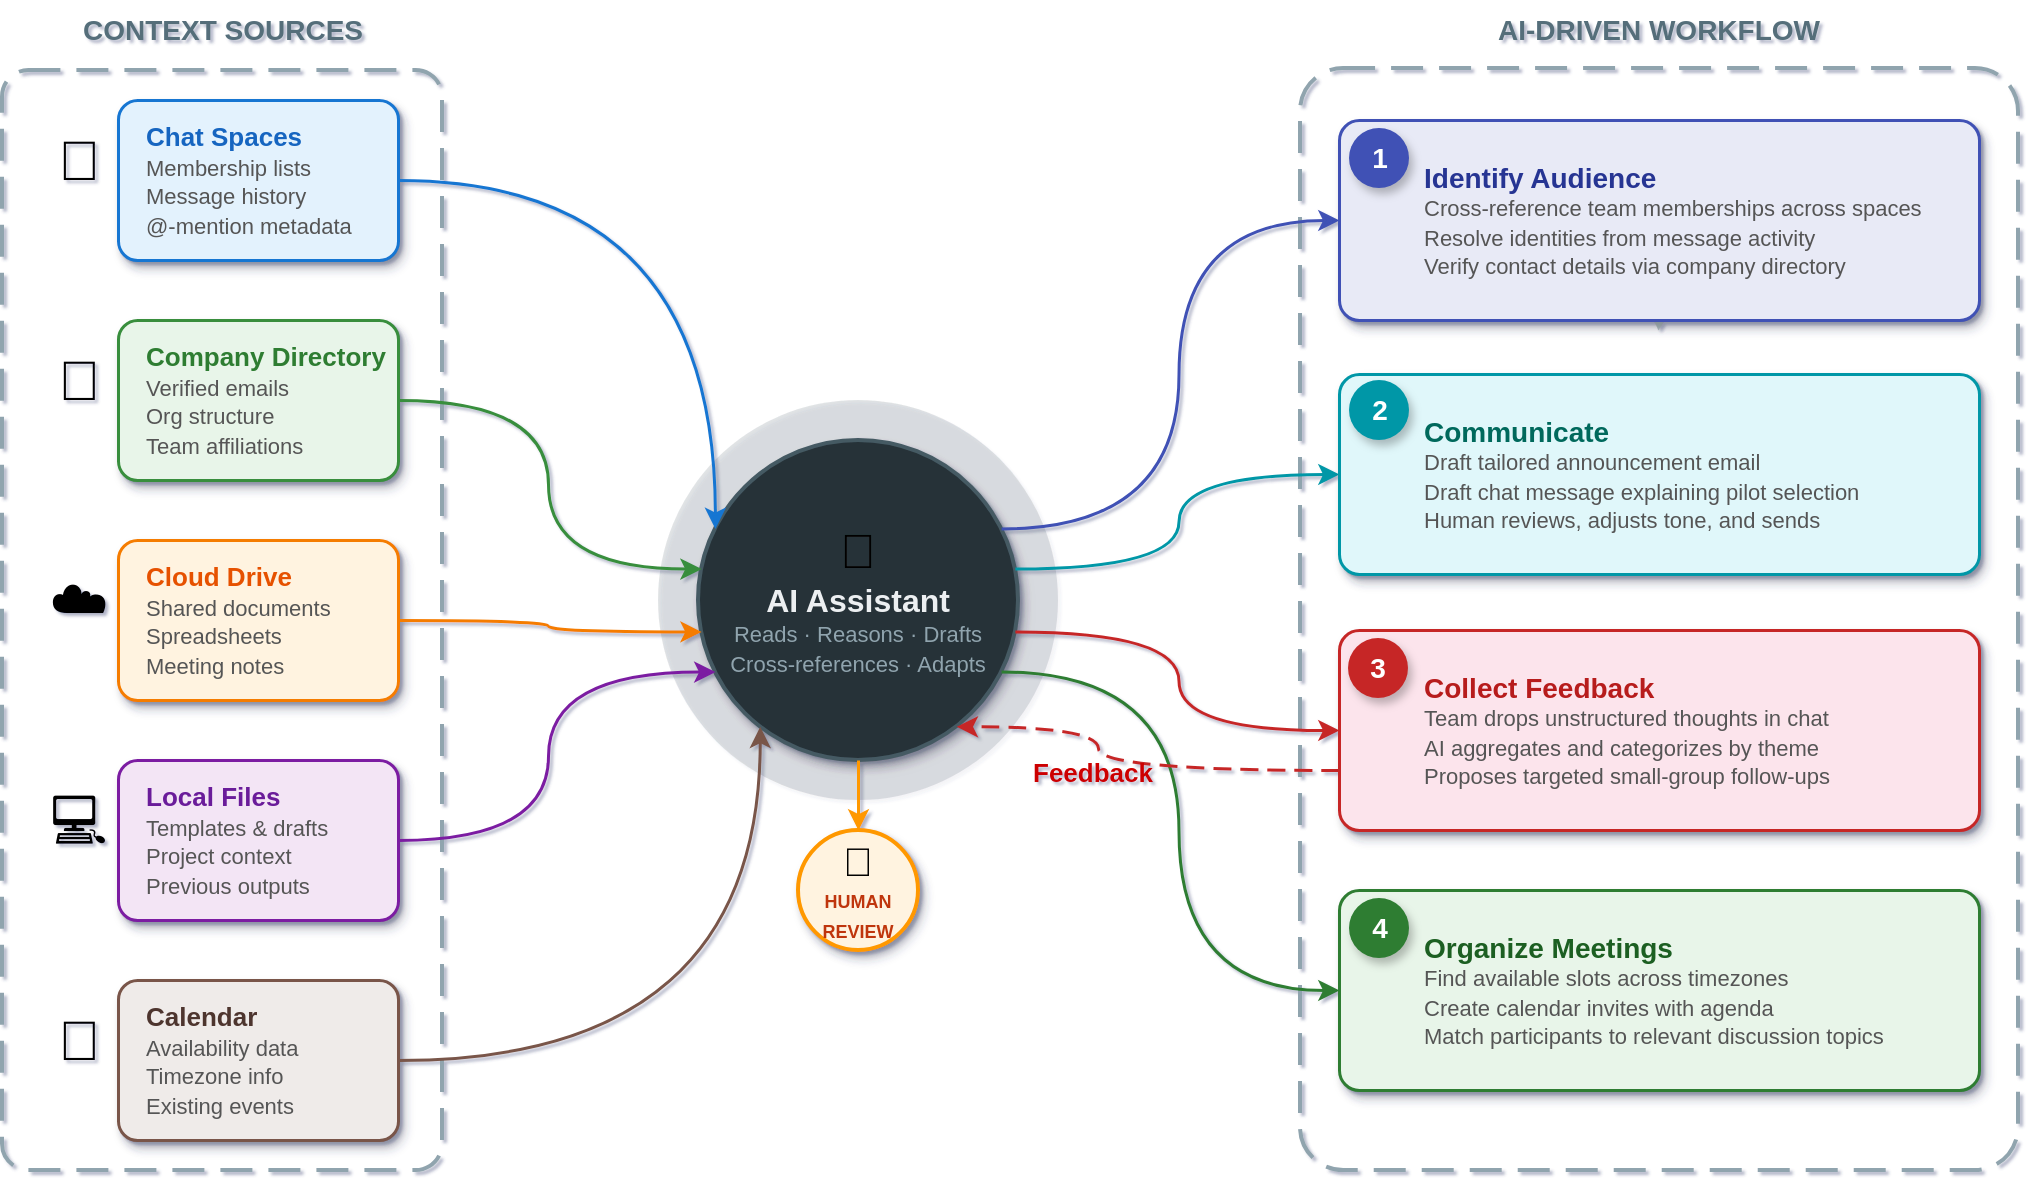
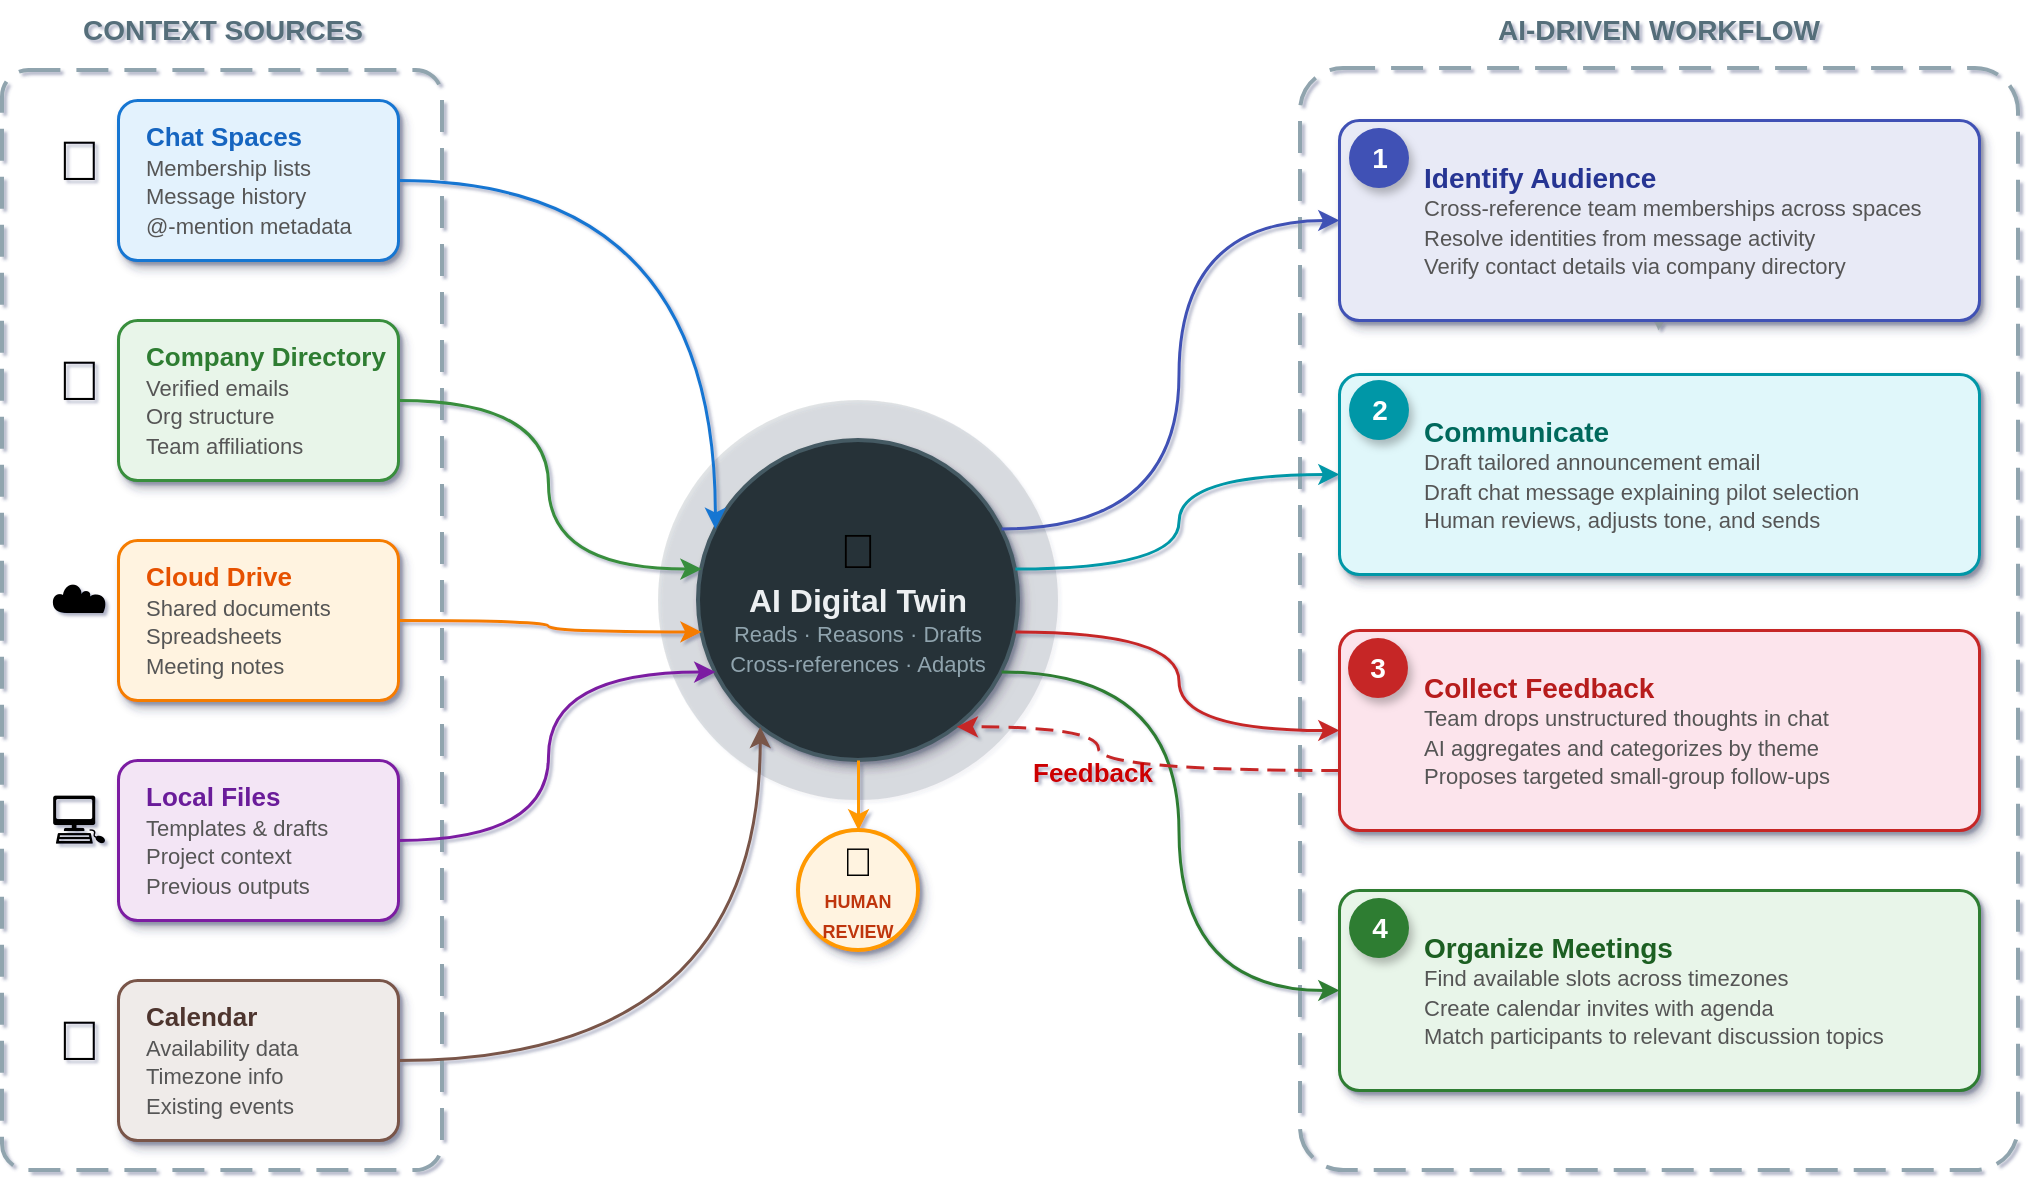
<mxfile host="app.diagrams.net" agent="Claude Code">
  <diagram name="AI Workflow" id="ai-workflow-training-pilot">
    <mxGraphModel dx="1414" dy="760" grid="1" gridSize="10" guides="1" tooltips="1" connect="1" arrows="1" fold="1" page="1" pageScale="1" pageWidth="1400" pageHeight="700" math="0" shadow="1">
      <root>
        <mxCell id="0" />
        <mxCell id="1" parent="0" />
        <mxCell id="ctx-container" parent="1" style="rounded=1;whiteSpace=wrap;html=1;fillColor=none;strokeColor=#90A4AE;strokeWidth=2;dashed=1;dashPattern=8 4;arcSize=6;" value="" vertex="1">
          <mxGeometry height="550" width="220" x="42" y="60" as="geometry" />
        </mxCell>
        <mxCell id="ctx-label" parent="1" style="text;html=1;align=center;verticalAlign=middle;resizable=0;points=[];autosize=1;strokeColor=none;fillColor=none;fontStyle=1;fontSize=14;fontColor=#546E7A;letterSpacing=2;" value="CONTEXT SOURCES" vertex="1">
          <mxGeometry height="30" width="160" x="72" y="25" as="geometry" />
        </mxCell>
        <mxCell id="ctx-chat-icon" parent="1" style="text;html=1;align=center;verticalAlign=middle;resizable=0;points=[];autosize=1;strokeColor=none;fillColor=none;fontSize=28;" value="💬" vertex="1">
          <mxGeometry height="50" width="50" x="55" y="80" as="geometry" />
        </mxCell>
        <mxCell id="ctx-chat" parent="1" style="rounded=1;whiteSpace=wrap;html=1;fillColor=#E3F2FD;strokeColor=#1976D2;strokeWidth=1.5;arcSize=12;shadow=1;align=left;spacingLeft=12;verticalAlign=middle;" value="&lt;b style=&#39;font-size:13px;color:#1565C0&#39;&gt;Chat Spaces&lt;/b&gt;&lt;br&gt;&lt;span style=&#39;font-size:11px;color:#555&#39;&gt;Membership lists&lt;br&gt;Message history&lt;br&gt;@-mention metadata&lt;/span&gt;" vertex="1">
          <mxGeometry height="80" width="140" x="100" y="75" as="geometry" />
        </mxCell>
        <mxCell id="ctx-dir-icon" parent="1" style="text;html=1;align=center;verticalAlign=middle;resizable=0;points=[];autosize=1;strokeColor=none;fillColor=none;fontSize=28;" value="📇" vertex="1">
          <mxGeometry height="50" width="50" x="55" y="190" as="geometry" />
        </mxCell>
        <mxCell id="ctx-dir" parent="1" style="rounded=1;whiteSpace=wrap;html=1;fillColor=#E8F5E9;strokeColor=#388E3C;strokeWidth=1.5;arcSize=12;shadow=1;align=left;spacingLeft=12;verticalAlign=middle;" value="&lt;b style=&#39;font-size:13px;color:#2E7D32&#39;&gt;Company Directory&lt;/b&gt;&lt;br&gt;&lt;span style=&#39;font-size:11px;color:#555&#39;&gt;Verified emails&lt;br&gt;Org structure&lt;br&gt;Team affiliations&lt;/span&gt;" vertex="1">
          <mxGeometry height="80" width="140" x="100" y="185" as="geometry" />
        </mxCell>
        <mxCell id="ctx-drive-icon" parent="1" style="text;html=1;align=center;verticalAlign=middle;resizable=0;points=[];autosize=1;strokeColor=none;fillColor=none;fontSize=28;" value="☁️" vertex="1">
          <mxGeometry height="50" width="50" x="55" y="300" as="geometry" />
        </mxCell>
        <mxCell id="ctx-drive" parent="1" style="rounded=1;whiteSpace=wrap;html=1;fillColor=#FFF3E0;strokeColor=#F57C00;strokeWidth=1.5;arcSize=12;shadow=1;align=left;spacingLeft=12;verticalAlign=middle;" value="&lt;b style=&#39;font-size:13px;color:#E65100&#39;&gt;Cloud Drive&lt;/b&gt;&lt;br&gt;&lt;span style=&#39;font-size:11px;color:#555&#39;&gt;Shared documents&lt;br&gt;Spreadsheets&lt;br&gt;Meeting notes&lt;/span&gt;" vertex="1">
          <mxGeometry height="80" width="140" x="100" y="295" as="geometry" />
        </mxCell>
        <mxCell id="ctx-local-icon" parent="1" style="text;html=1;align=center;verticalAlign=middle;resizable=0;points=[];autosize=1;strokeColor=none;fillColor=none;fontSize=28;" value="💻" vertex="1">
          <mxGeometry height="50" width="50" x="55" y="410" as="geometry" />
        </mxCell>
        <mxCell id="ctx-local" parent="1" style="rounded=1;whiteSpace=wrap;html=1;fillColor=#F3E5F5;strokeColor=#7B1FA2;strokeWidth=1.5;arcSize=12;shadow=1;align=left;spacingLeft=12;verticalAlign=middle;" value="&lt;b style=&#39;font-size:13px;color:#6A1B9A&#39;&gt;Local Files&lt;/b&gt;&lt;br&gt;&lt;span style=&#39;font-size:11px;color:#555&#39;&gt;Templates &amp; drafts&lt;br&gt;Project context&lt;br&gt;Previous outputs&lt;/span&gt;" vertex="1">
          <mxGeometry height="80" width="140" x="100" y="405" as="geometry" />
        </mxCell>
        <mxCell id="ctx-cal-icon" parent="1" style="text;html=1;align=center;verticalAlign=middle;resizable=0;points=[];autosize=1;strokeColor=none;fillColor=none;fontSize=28;" value="📅" vertex="1">
          <mxGeometry height="50" width="50" x="55" y="520" as="geometry" />
        </mxCell>
        <mxCell id="ctx-cal" parent="1" style="rounded=1;whiteSpace=wrap;html=1;fillColor=#EFEBE9;strokeColor=#795548;strokeWidth=1.5;arcSize=12;shadow=1;align=left;spacingLeft=12;verticalAlign=middle;" value="&lt;b style=&#39;font-size:13px;color:#4E342E&#39;&gt;Calendar&lt;/b&gt;&lt;br&gt;&lt;span style=&#39;font-size:11px;color:#555&#39;&gt;Availability data&lt;br&gt;Timezone info&lt;br&gt;Existing events&lt;/span&gt;" vertex="1">
          <mxGeometry height="80" width="140" x="100" y="515" as="geometry" />
        </mxCell>
        <mxCell id="ai-glow" parent="1" style="ellipse;whiteSpace=wrap;html=1;fillColor=#37474F;strokeColor=none;opacity=15;" value="" vertex="1">
          <mxGeometry height="200" width="200" x="370" y="225" as="geometry" />
        </mxCell>
-         <mxCell id="ai" parent="1" style="ellipse;whiteSpace=wrap;html=1;fillColor=#263238;strokeColor=#455A64;strokeWidth=2;shadow=1;" value="&lt;span style=&#39;font-size:24px&#39;&gt;🤖&lt;/span&gt;&lt;br&gt;&lt;b style=&#39;font-size:16px;color:#ECEFF1&#39;&gt;AI Assistant&lt;/b&gt;&lt;br&gt;&lt;span style=&#39;font-size:11px;color:#90A4AE&#39;&gt;Reads · Reasons · Drafts&lt;br&gt;Cross-references · Adapts&lt;/span&gt;" vertex="1">
+         <mxCell id="ai" parent="1" style="ellipse;whiteSpace=wrap;html=1;fillColor=#263238;strokeColor=#455A64;strokeWidth=2;shadow=1;" value="&lt;span style=&#39;font-size:24px&#39;&gt;🤖&lt;/span&gt;&lt;br&gt;&lt;b style=&#39;font-size:16px;color:#ECEFF1&#39;&gt;AI Digital Twin&lt;/b&gt;&lt;br&gt;&lt;span style=&#39;font-size:11px;color:#90A4AE&#39;&gt;Reads · Reasons · Drafts&lt;br&gt;Cross-references · Adapts&lt;/span&gt;" vertex="1">
          <mxGeometry height="160" width="160" x="390" y="245" as="geometry" />
        </mxCell>
        <mxCell id="human" parent="1" style="ellipse;whiteSpace=wrap;html=1;fillColor=#FFF3E0;strokeColor=#FF9800;strokeWidth=2;shadow=1;" value="&lt;span style=&#39;font-size:20px&#39;&gt;👤&lt;/span&gt;&lt;br&gt;&lt;b style=&#39;font-size:9px;color:#BF360C&#39;&gt;HUMAN&lt;br&gt;REVIEW&lt;/b&gt;" vertex="1">
          <mxGeometry height="60" width="60" x="440" y="440" as="geometry" />
        </mxCell>
        <mxCell id="e-ai-human" edge="1" parent="1" source="ai" style="edgeStyle=orthogonalEdgeStyle;strokeColor=#FF9800;strokeWidth=1.5;endArrow=classic;endSize=6;" target="human">
          <mxGeometry relative="1" as="geometry" />
        </mxCell>
        <mxCell id="e-chat-ai" edge="1" parent="1" source="ctx-chat" style="edgeStyle=orthogonalEdgeStyle;strokeColor=#1976D2;strokeWidth=1.5;endArrow=classic;endSize=6;exitX=1;exitY=0.5;exitDx=0;exitDy=0;entryX=0;entryY=0.25;entryDx=0;entryDy=0;curved=1;" target="ai">
          <mxGeometry relative="1" as="geometry" />
        </mxCell>
        <mxCell id="e-dir-ai" edge="1" parent="1" source="ctx-dir" style="edgeStyle=orthogonalEdgeStyle;strokeColor=#388E3C;strokeWidth=1.5;endArrow=classic;endSize=6;exitX=1;exitY=0.5;exitDx=0;exitDy=0;entryX=0;entryY=0.4;entryDx=0;entryDy=0;curved=1;" target="ai">
          <mxGeometry relative="1" as="geometry" />
        </mxCell>
        <mxCell id="e-drive-ai" edge="1" parent="1" source="ctx-drive" style="edgeStyle=orthogonalEdgeStyle;strokeColor=#F57C00;strokeWidth=1.5;endArrow=classic;endSize=6;exitX=1;exitY=0.5;exitDx=0;exitDy=0;entryX=0;entryY=0.6;entryDx=0;entryDy=0;curved=1;" target="ai">
          <mxGeometry relative="1" as="geometry">
            <Array as="points">
              <mxPoint x="315" y="335" />
              <mxPoint x="315" y="341" />
            </Array>
          </mxGeometry>
        </mxCell>
        <mxCell id="e-local-ai" edge="1" parent="1" source="ctx-local" style="edgeStyle=orthogonalEdgeStyle;strokeColor=#7B1FA2;strokeWidth=1.5;endArrow=classic;endSize=6;exitX=1;exitY=0.5;exitDx=0;exitDy=0;entryX=0;entryY=0.75;entryDx=0;entryDy=0;curved=1;" target="ai">
          <mxGeometry relative="1" as="geometry" />
        </mxCell>
        <mxCell id="e-cal-ai" edge="1" parent="1" source="ctx-cal" style="edgeStyle=orthogonalEdgeStyle;strokeColor=#795548;strokeWidth=1.5;endArrow=classic;endSize=6;exitX=1;exitY=0.5;exitDx=0;exitDy=0;entryX=0.15;entryY=0.95;entryDx=0;entryDy=0;curved=1;" target="ai">
          <mxGeometry relative="1" as="geometry" />
        </mxCell>
        <mxCell id="out-container" parent="1" style="rounded=1;whiteSpace=wrap;html=1;fillColor=none;strokeColor=#90A4AE;strokeWidth=2;dashed=1;dashPattern=8 4;arcSize=6;" value="" vertex="1">
          <mxGeometry height="551" width="359" x="691" y="59" as="geometry" />
        </mxCell>
        <mxCell id="out-label" parent="1" style="text;html=1;align=center;verticalAlign=middle;resizable=0;points=[];autosize=1;strokeColor=none;fillColor=none;fontStyle=1;fontSize=14;fontColor=#546E7A;letterSpacing=2;" value="AI-DRIVEN WORKFLOW" vertex="1">
          <mxGeometry height="30" width="190" x="775" y="25" as="geometry" />
        </mxCell>
        <mxCell id="e-p1-p2" edge="1" parent="1" style="edgeStyle=orthogonalEdgeStyle;strokeColor=#B0BEC5;strokeWidth=1.5;endArrow=classic;endSize=5;dashed=0;">
          <mxGeometry relative="1" as="geometry">
            <mxPoint x="870" y="170" as="sourcePoint" />
            <mxPoint x="870" y="190" as="targetPoint" />
          </mxGeometry>
        </mxCell>
        <mxCell id="e-p2-p3" edge="1" parent="1" style="edgeStyle=orthogonalEdgeStyle;strokeColor=#B0BEC5;strokeWidth=1.5;endArrow=classic;endSize=5;dashed=0;">
          <mxGeometry relative="1" as="geometry">
            <mxPoint x="870" y="290" as="sourcePoint" />
            <mxPoint x="870" y="310" as="targetPoint" />
          </mxGeometry>
        </mxCell>
        <mxCell id="e-p3-p4" edge="1" parent="1" style="edgeStyle=orthogonalEdgeStyle;strokeColor=#B0BEC5;strokeWidth=1.5;endArrow=classic;endSize=5;dashed=0;">
          <mxGeometry relative="1" as="geometry">
            <mxPoint x="870" y="410" as="sourcePoint" />
            <mxPoint x="870" y="430" as="targetPoint" />
          </mxGeometry>
        </mxCell>
        <mxCell id="e-ai-p1" edge="1" parent="1" source="ai" style="edgeStyle=orthogonalEdgeStyle;strokeColor=#3F51B5;strokeWidth=1.5;endArrow=classic;endSize=6;exitX=1;exitY=0.25;exitDx=0;exitDy=0;entryX=0;entryY=0.5;entryDx=0;entryDy=0;curved=1;" target="p1">
          <mxGeometry relative="1" as="geometry" />
        </mxCell>
        <mxCell id="e-ai-p2" edge="1" parent="1" source="ai" style="edgeStyle=orthogonalEdgeStyle;strokeColor=#0097A7;strokeWidth=1.5;endArrow=classic;endSize=6;exitX=1;exitY=0.4;exitDx=0;exitDy=0;entryX=0;entryY=0.5;entryDx=0;entryDy=0;curved=1;" target="p2">
          <mxGeometry relative="1" as="geometry" />
        </mxCell>
        <mxCell id="e-ai-p3" edge="1" parent="1" source="ai" style="edgeStyle=orthogonalEdgeStyle;strokeColor=#C62828;strokeWidth=1.5;endArrow=classic;endSize=6;exitX=1;exitY=0.6;exitDx=0;exitDy=0;entryX=0;entryY=0.5;entryDx=0;entryDy=0;curved=1;" target="p3">
          <mxGeometry relative="1" as="geometry" />
        </mxCell>
        <mxCell id="e-ai-p4" edge="1" parent="1" source="ai" style="edgeStyle=orthogonalEdgeStyle;strokeColor=#2E7D32;strokeWidth=1.5;endArrow=classic;endSize=6;exitX=1;exitY=0.75;exitDx=0;exitDy=0;entryX=0;entryY=0.5;entryDx=0;entryDy=0;curved=1;" target="p4">
          <mxGeometry relative="1" as="geometry" />
        </mxCell>
        <mxCell id="e-feedback" edge="1" parent="1" source="p3" style="edgeStyle=orthogonalEdgeStyle;strokeColor=#C62828;strokeWidth=1.5;endArrow=classic;endSize=6;dashed=1;dashPattern=6 3;curved=1;exitX=0;exitY=0.7;exitDx=0;exitDy=0;entryX=0.85;entryY=0.95;entryDx=0;entryDy=0;" target="ai" value="">
          <mxGeometry relative="1" x="0.2731" y="-30" as="geometry">
            <mxPoint as="offset" />
            <Array as="points">
              <mxPoint x="590" y="410" />
              <mxPoint x="590" y="388" />
            </Array>
          </mxGeometry>
        </mxCell>
        <mxCell id="v80cYjdLCM6fnxL_f8Wa-6" connectable="0" parent="e-feedback" style="edgeLabel;html=1;align=center;verticalAlign=middle;resizable=0;points=[];labelBackgroundColor=none;fontStyle=1;fontColor=#CC0000;" value="&lt;font style=&quot;font-size: 13px;&quot;&gt;Feedback&lt;/font&gt;" vertex="1">
          <mxGeometry relative="1" x="-0.067" y="-6" as="geometry">
            <mxPoint x="-24" y="7" as="offset" />
          </mxGeometry>
        </mxCell>
        <mxCell id="v80cYjdLCM6fnxL_f8Wa-1" connectable="0" parent="1" style="group" value="" vertex="1">
          <mxGeometry height="100" width="320" x="710.5" y="85" as="geometry" />
        </mxCell>
        <mxCell id="p1" parent="v80cYjdLCM6fnxL_f8Wa-1" style="rounded=1;whiteSpace=wrap;html=1;fillColor=#E8EAF6;strokeColor=#3F51B5;strokeWidth=1.5;arcSize=10;shadow=1;align=left;spacingLeft=40;verticalAlign=middle;" value="&lt;b style=&#39;font-size:14px;color:#283593&#39;&gt;Identify Audience&lt;/b&gt;&lt;br&gt;&lt;span style=&#39;font-size:11px;color:#555&#39;&gt;Cross-reference team memberships across spaces&lt;br&gt;Resolve identities from message activity&lt;br&gt;Verify contact details via company directory&lt;/span&gt;" vertex="1">
          <mxGeometry height="100" width="320" as="geometry" />
        </mxCell>
        <mxCell id="p1-num" parent="v80cYjdLCM6fnxL_f8Wa-1" style="ellipse;whiteSpace=wrap;html=1;fillColor=#3F51B5;strokeColor=none;fontStyle=1;fontSize=14;fontColor=#FFFFFF;shadow=1;" value="1" vertex="1">
          <mxGeometry height="30" width="30" x="5" y="4" as="geometry" />
        </mxCell>
        <mxCell id="v80cYjdLCM6fnxL_f8Wa-3" connectable="0" parent="1" style="group" value="" vertex="1">
          <mxGeometry height="100" width="320" x="710.5" y="212" as="geometry" />
        </mxCell>
        <mxCell id="p2" parent="v80cYjdLCM6fnxL_f8Wa-3" style="rounded=1;whiteSpace=wrap;html=1;fillColor=#E0F7FA;strokeColor=#0097A7;strokeWidth=1.5;arcSize=10;shadow=1;align=left;spacingLeft=40;verticalAlign=middle;" value="&lt;b style=&#39;font-size:14px;color:#00695C&#39;&gt;Communicate&lt;/b&gt;&lt;br&gt;&lt;span style=&#39;font-size:11px;color:#555&#39;&gt;Draft tailored announcement email&lt;br&gt;Draft chat message explaining pilot selection&lt;br&gt;Human reviews, adjusts tone, and sends&lt;/span&gt;" vertex="1">
          <mxGeometry height="100" width="320" as="geometry" />
        </mxCell>
        <mxCell id="p2-num" parent="v80cYjdLCM6fnxL_f8Wa-3" style="ellipse;whiteSpace=wrap;html=1;fillColor=#0097A7;strokeColor=none;fontStyle=1;fontSize=14;fontColor=#FFFFFF;shadow=1;" value="2" vertex="1">
          <mxGeometry height="30" width="30" x="5" y="3" as="geometry" />
        </mxCell>
        <mxCell id="v80cYjdLCM6fnxL_f8Wa-4" connectable="0" parent="1" style="group" value="" vertex="1">
          <mxGeometry height="100" width="320" x="710.5" y="340" as="geometry" />
        </mxCell>
        <mxCell id="p3" parent="v80cYjdLCM6fnxL_f8Wa-4" style="rounded=1;whiteSpace=wrap;html=1;fillColor=#FCE4EC;strokeColor=#C62828;strokeWidth=1.5;arcSize=10;shadow=1;align=left;spacingLeft=40;verticalAlign=middle;" value="&lt;b style=&#39;font-size:14px;color:#B71C1C&#39;&gt;Collect Feedback&lt;/b&gt;&lt;br&gt;&lt;span style=&#39;font-size:11px;color:#555&#39;&gt;Team drops unstructured thoughts in chat&lt;br&gt;AI aggregates and categorizes by theme&lt;br&gt;Proposes targeted small-group follow-ups&lt;/span&gt;" vertex="1">
          <mxGeometry height="100" width="320" as="geometry" />
        </mxCell>
        <mxCell id="p3-num" parent="v80cYjdLCM6fnxL_f8Wa-4" style="ellipse;whiteSpace=wrap;html=1;fillColor=#C62828;strokeColor=none;fontStyle=1;fontSize=14;fontColor=#FFFFFF;shadow=1;" value="3" vertex="1">
          <mxGeometry height="30" width="30" x="4.5" y="4" as="geometry" />
        </mxCell>
        <mxCell id="v80cYjdLCM6fnxL_f8Wa-5" connectable="0" parent="1" style="group" value="" vertex="1">
          <mxGeometry height="100" width="320" x="710.5" y="470" as="geometry" />
        </mxCell>
        <mxCell id="p4" parent="v80cYjdLCM6fnxL_f8Wa-5" style="rounded=1;whiteSpace=wrap;html=1;fillColor=#E8F5E9;strokeColor=#2E7D32;strokeWidth=1.5;arcSize=10;shadow=1;align=left;spacingLeft=40;verticalAlign=middle;" value="&lt;b style=&#39;font-size:14px;color:#1B5E20&#39;&gt;Organize Meetings&lt;/b&gt;&lt;br&gt;&lt;span style=&#39;font-size:11px;color:#555&#39;&gt;Find available slots across timezones&lt;br&gt;Create calendar invites with agenda&lt;br&gt;Match participants to relevant discussion topics&lt;/span&gt;" vertex="1">
          <mxGeometry height="100" width="320" as="geometry" />
        </mxCell>
        <mxCell id="p4-num" parent="v80cYjdLCM6fnxL_f8Wa-5" style="ellipse;whiteSpace=wrap;html=1;fillColor=#2E7D32;strokeColor=none;fontStyle=1;fontSize=14;fontColor=#FFFFFF;shadow=1;" value="4" vertex="1">
          <mxGeometry height="30" width="30" x="5" y="4" as="geometry" />
        </mxCell>
      </root>
    </mxGraphModel>
  </diagram>
</mxfile>
